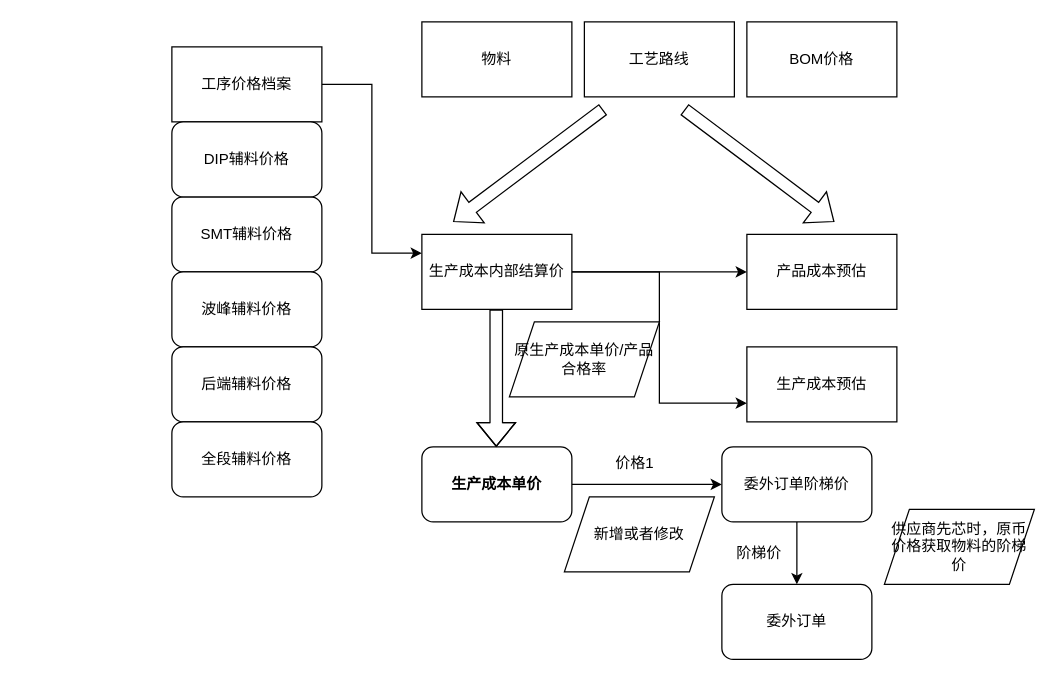
Above: xxx.drawio in zckyuwang/spring-cloud-master (draw.io), before the change. Source tidied: cells renumbered, new cells numbered last; positions are measured from the earlier drawing's top-left corner, leaving out a move shared by most shapes. Both pictures are drawn from the tidied source at 125%, with x=0, y=0 at pixel (171, 21).
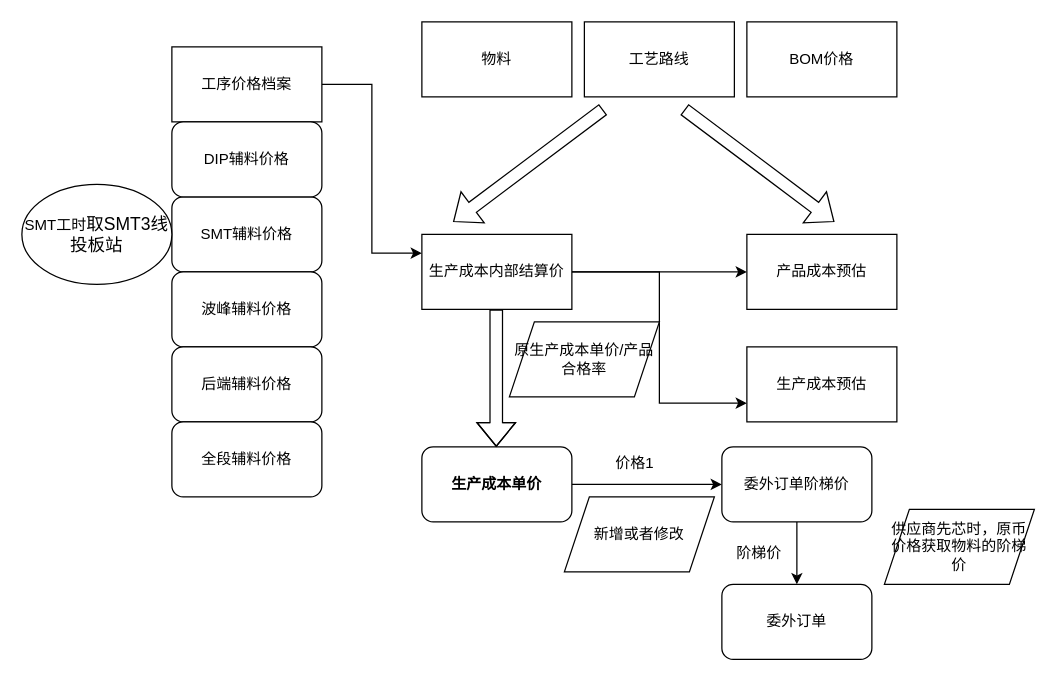
The same page after the edit.

Change to the diagram source:
```diff
@@
+    <mxCell id="30" value="SMT工时&lt;font style=&quot;font-family: 宋体; font-size: 10.5pt; background-color: initial;&quot; face=&quot;宋体&quot;&gt;取&lt;/font&gt;&lt;font style=&quot;font-size: 10.5pt; background-color: initial;&quot; face=&quot;Calibri&quot;&gt;SMT3&lt;/font&gt;&lt;font style=&quot;font-family: 宋体; font-size: 10.5pt; background-color: initial;&quot; face=&quot;宋体&quot;&gt;线投板站&lt;/font&gt;" style="ellipse;whiteSpace=wrap;html=1;" parent="1" vertex="1">
+      <mxGeometry x="-120" y="130" width="120" height="80" as="geometry" />
+    </mxCell>
```
